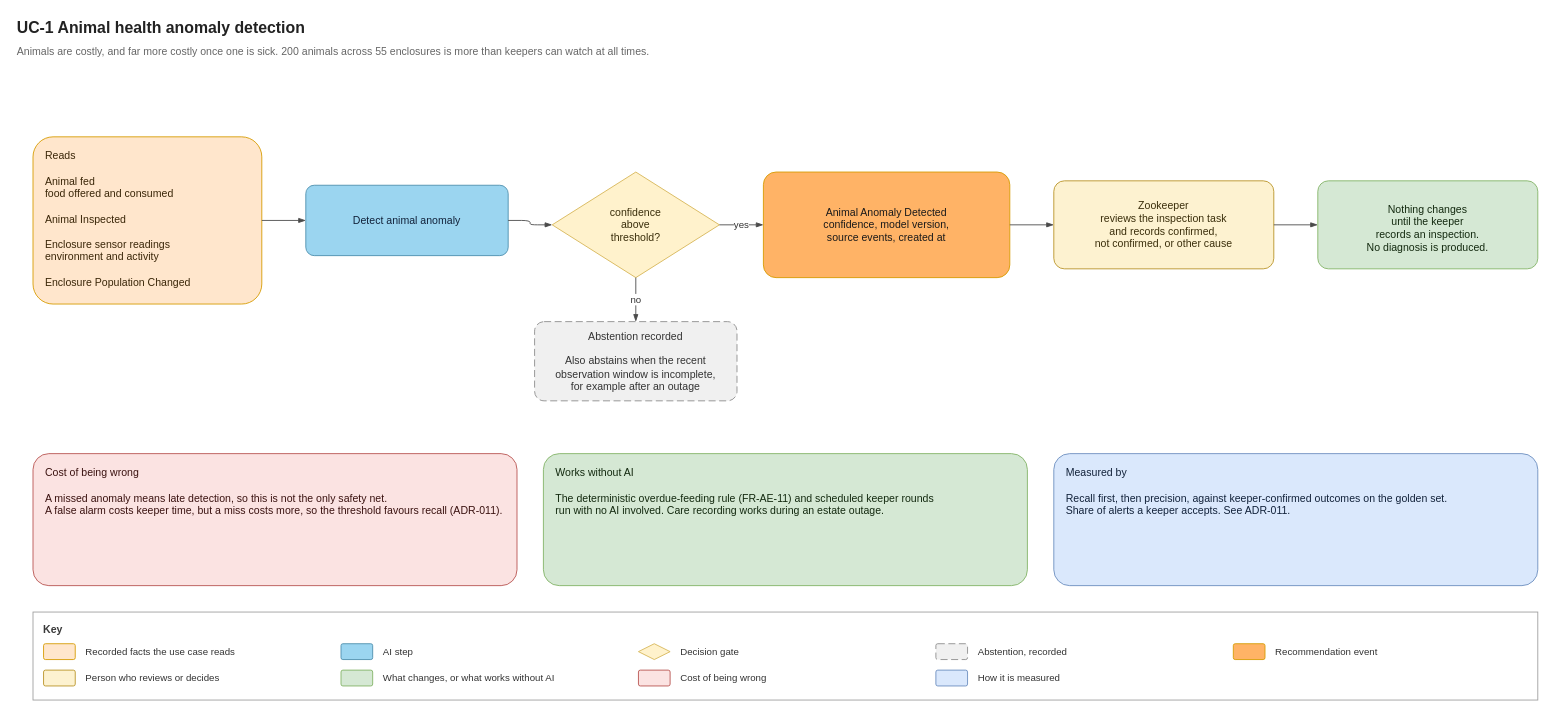
Above: page "UC-1 Animal health anomaly" (2 of 6) of diagrams/ai-decision-support.drawio in malloc37/ByteDojoArchiKata2026 (draw.io), before the change. Source tidied: cells renumbered, new cells numbered last; positions are measured from the earlier drawing's top-left corner, leaving out a move shared by most shapes. Both pictures are drawn from the tidied source at 88%, with x=0, y=0 at pixel (15, 15).
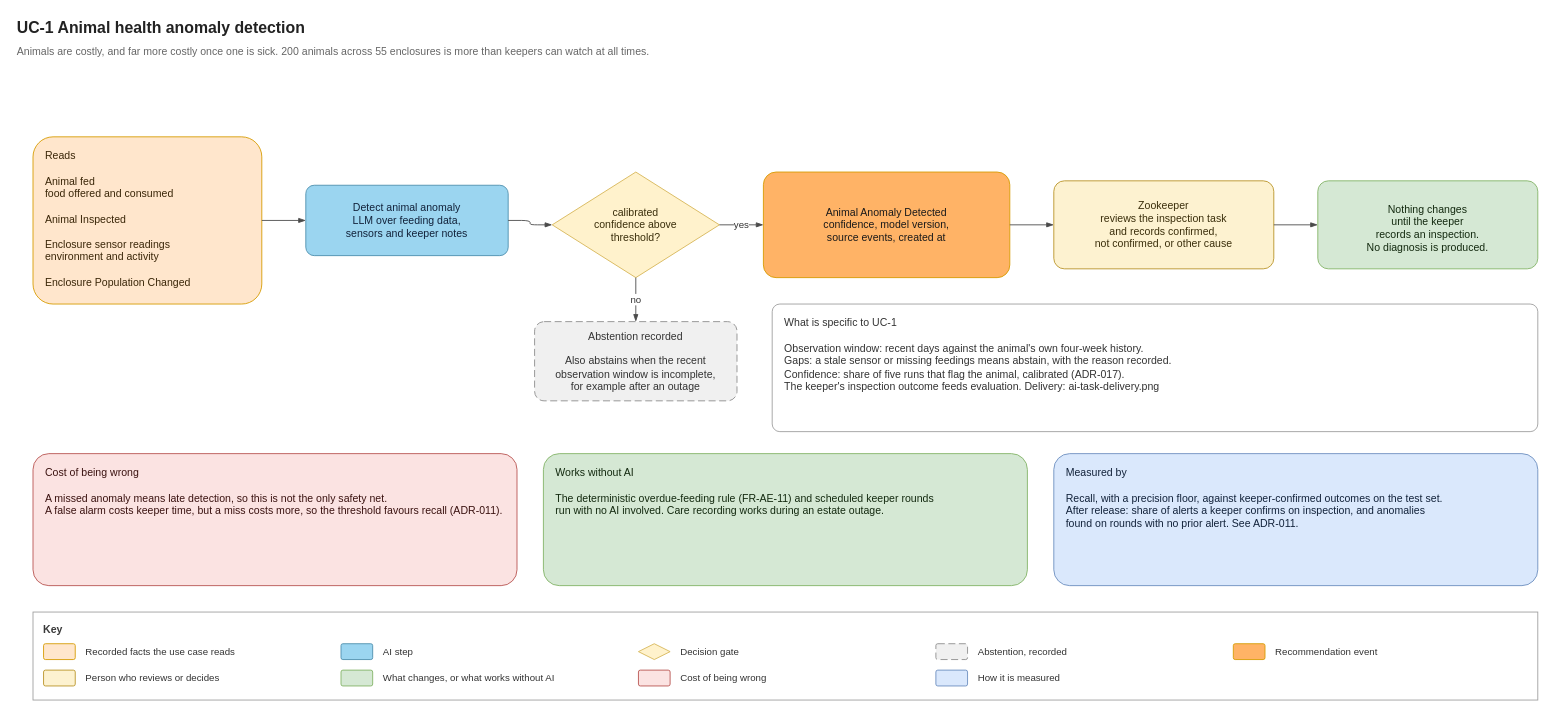
After the change.

Change to the diagram source:
```diff
@@
-    <mxCell id="5" value="Detect animal anomaly" style="rounded=1;whiteSpace=wrap;html=1;arcSize=12;fontSize=12;verticalAlign=middle;fillColor=#9BD5F0;strokeColor=#4D8FAD;fontColor=#12223A;" parent="1" vertex="1">
+    <mxCell id="5" value="Detect animal anomaly&#10;LLM over feeding data,&#10;sensors and keeper notes" style="rounded=1;whiteSpace=wrap;html=1;arcSize=12;fontSize=12;verticalAlign=middle;fillColor=#9BD5F0;strokeColor=#4D8FAD;fontColor=#12223A;" parent="1" vertex="1">
       <mxGeometry x="330" y="193" width="230" height="80" as="geometry" />
     </mxCell>
-    <mxCell id="6" value="confidence&#10;above&#10;threshold?" style="rhombus;whiteSpace=wrap;html=1;fontSize=12;fillColor=#FFF2CC;strokeColor=#D6B656;fontColor=#3A2E0B;" parent="1" vertex="1">
+    <mxCell id="6" value="calibrated&#10;confidence above&#10;threshold?" style="rhombus;whiteSpace=wrap;html=1;fontSize=12;fillColor=#FFF2CC;strokeColor=#D6B656;fontColor=#3A2E0B;" parent="1" vertex="1">
       <mxGeometry x="610" y="178" width="190" height="120" as="geometry" />
     </mxCell>
@@
-    <mxCell id="19" value="Measured by&#10;&#10;Recall first, then precision, against keeper-confirmed outcomes on the golden set.&#10;Share of alerts a keeper accepts. See ADR-011." style="rounded=1;whiteSpace=wrap;html=1;arcSize=12;fontSize=12;verticalAlign=middle;fillColor=#DAE8FC;strokeColor=#6C8EBF;fontColor=#12223A;align=left;spacingLeft=12;verticalAlign=top;spacingTop=8;" parent="1" vertex="1">
+    <mxCell id="19" value="Measured by&#10;&#10;Recall, with a precision floor, against keeper-confirmed outcomes on the test set.&#10;After release: share of alerts a keeper confirms on inspection, and anomalies&#10;found on rounds with no prior alert. See ADR-011." style="rounded=1;whiteSpace=wrap;html=1;arcSize=12;fontSize=12;verticalAlign=middle;fillColor=#DAE8FC;strokeColor=#6C8EBF;fontColor=#12223A;align=left;spacingLeft=12;verticalAlign=top;spacingTop=8;" parent="1" vertex="1">
       <mxGeometry x="1180" y="498" width="550" height="150" as="geometry" />
     </mxCell>
@@
+    <mxCell id="39" value="What is specific to UC-1&#10;&#10;Observation window: recent days against the animal's own four-week history.&#10;Gaps: a stale sensor or missing feedings means abstain, with the reason recorded.&#10;Confidence: share of five runs that flag the animal, calibrated (ADR-017).&#10;The keeper's inspection outcome feeds evaluation. Delivery: ai-task-delivery.png" style="rounded=1;whiteSpace=wrap;html=1;arcSize=6;fontSize=12;fillColor=#FFFFFF;strokeColor=#9E9E9E;fontColor=#333333;align=left;verticalAlign=top;spacingLeft=12;spacingTop=8;" parent="1" vertex="1">
+      <mxGeometry x="860" y="328" width="870" height="145" as="geometry" />
+    </mxCell>
```
